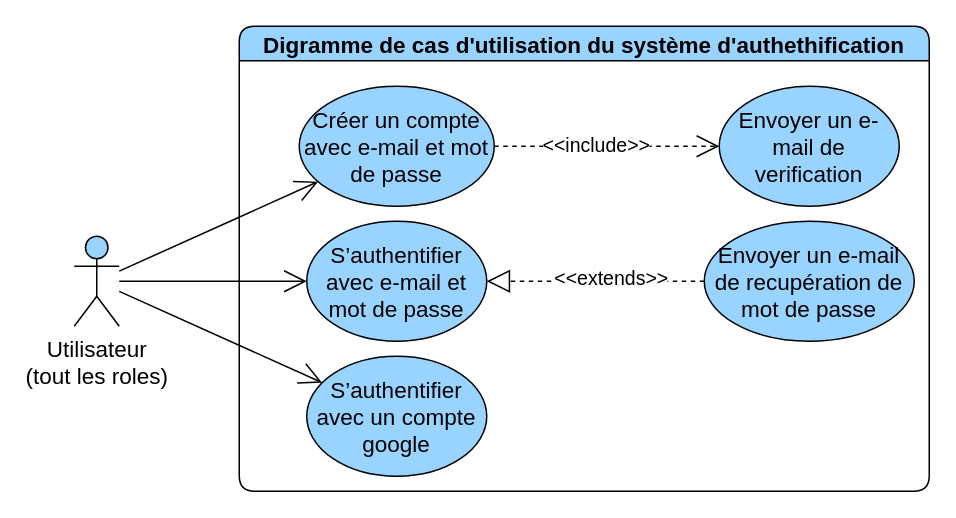
Earlier version of the draw.io diagram diagrams/auth.drawio (devlotfi/peage-pay). Source tidied: cells renumbered, new cells numbered last; positions are measured from the earlier drawing's top-left corner, leaving out a move shared by most shapes. Both pictures are drawn from the tidied source at 150%, with x=0, y=0 at pixel (74, 26).
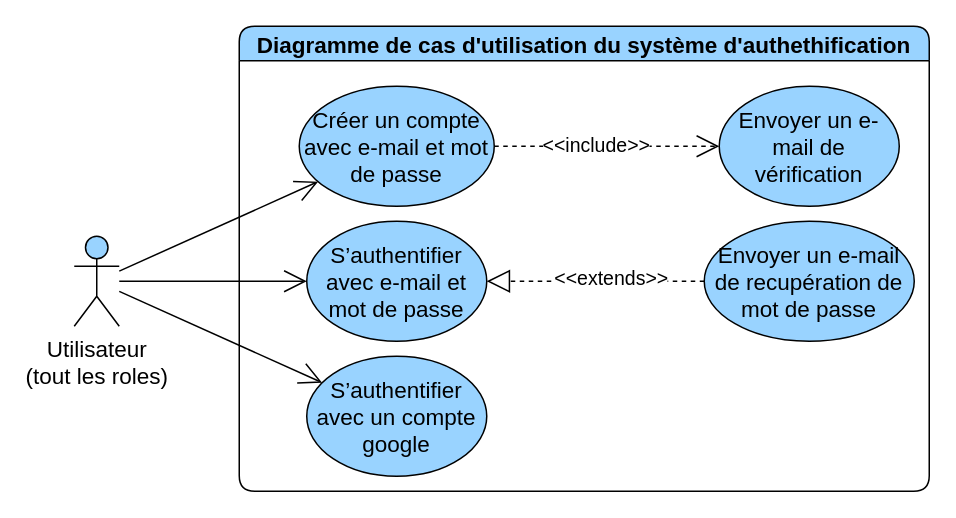
Above is the later version.

Diff of the diagram source:
```diff
@@
 <mxGraphModel>
   <root>
     <mxCell id="0" />
     <mxCell id="1" parent="0" />
-    <mxCell id="2" value="Digramme de cas d'utilisation du&amp;nbsp;système&amp;nbsp;d'authethification" style="swimlane;whiteSpace=wrap;html=1;rounded=1;fillColor=#99D3FF;fontSize=15;" parent="1" vertex="1">
+    <mxCell id="2" value="Diagramme de cas d'utilisation du&amp;nbsp;système&amp;nbsp;d'authethification" style="swimlane;whiteSpace=wrap;html=1;rounded=1;fillColor=#99D3FF;fontSize=15;" parent="1" vertex="1">
       <mxGeometry x="110" width="460" height="310" as="geometry" />
     </mxCell>
     <mxCell id="3" value="&lt;p class=&quot;MsoNormal&quot; style=&quot;font-size: 15px;&quot;&gt;S’authentifier&lt;br style=&quot;font-size: 15px;&quot;&gt;avec e-mail et mot de passe&lt;/p&gt;" style="ellipse;whiteSpace=wrap;html=1;strokeColor=default;align=center;verticalAlign=middle;fontFamily=Helvetica;fontSize=15;fontColor=default;fillColor=#99D3FF;" parent="2" vertex="1">
       <mxGeometry x="45" y="130" width="120" height="80" as="geometry" />
     </mxCell>
     <mxCell id="4" value="&lt;p class=&quot;MsoNormal&quot; style=&quot;font-size: 15px;&quot;&gt;S’authentifier&lt;br style=&quot;font-size: 15px;&quot;&gt;avec un compte google&lt;/p&gt;" style="ellipse;whiteSpace=wrap;html=1;strokeColor=default;align=center;verticalAlign=middle;fontFamily=Helvetica;fontSize=15;fontColor=default;fillColor=#99D3FF;" parent="2" vertex="1">
       <mxGeometry x="45" y="220" width="120" height="80" as="geometry" />
     </mxCell>
-    <mxCell id="5" value="&lt;p class=&quot;MsoNormal&quot; style=&quot;font-size: 15px;&quot;&gt;Envoyer un e-mail de verification&lt;/p&gt;" style="ellipse;whiteSpace=wrap;html=1;strokeColor=default;align=center;verticalAlign=middle;fontFamily=Helvetica;fontSize=15;fontColor=default;fillColor=#99D3FF;" parent="2" vertex="1">
+    <mxCell id="5" value="&lt;p class=&quot;MsoNormal&quot; style=&quot;font-size: 15px;&quot;&gt;Envoyer un e-mail de vérification&lt;/p&gt;" style="ellipse;whiteSpace=wrap;html=1;strokeColor=default;align=center;verticalAlign=middle;fontFamily=Helvetica;fontSize=15;fontColor=default;fillColor=#99D3FF;" parent="2" vertex="1">
       <mxGeometry x="320" y="40" width="120" height="80" as="geometry" />
     </mxCell>
     <mxCell id="6" value="&lt;p class=&quot;MsoNormal&quot; style=&quot;font-size: 15px;&quot;&gt;Créer un compte&lt;br style=&quot;font-size: 15px;&quot;&gt;avec e-mail et mot de passe&lt;/p&gt;" style="ellipse;whiteSpace=wrap;html=1;strokeColor=default;align=center;verticalAlign=middle;fontFamily=Helvetica;fontSize=15;fontColor=default;fillColor=#99D3FF;" parent="2" vertex="1">
       <mxGeometry x="40" y="40" width="130" height="80" as="geometry" />
     </mxCell>
     <mxCell id="7" value="&lt;p class=&quot;MsoNormal&quot; style=&quot;font-size: 15px;&quot;&gt;Envoyer un e-mail de recupération de mot de passe&lt;/p&gt;" style="ellipse;whiteSpace=wrap;html=1;strokeColor=default;align=center;verticalAlign=middle;fontFamily=Helvetica;fontSize=15;fontColor=default;fillColor=#99D3FF;" parent="2" vertex="1">
       <mxGeometry x="310" y="130" width="140" height="80" as="geometry" />
     </mxCell>
     <mxCell id="8" style="edgeStyle=none;rounded=0;jettySize=auto;html=1;dashed=1;strokeColor=default;align=center;verticalAlign=middle;fontFamily=Helvetica;fontSize=15;fontColor=default;labelBackgroundColor=default;startSize=6;endArrow=block;endFill=0;endSize=13;" parent="2" edge="1" source="7" target="3">
       <mxGeometry relative="1" as="geometry" />
     </mxCell>
     <mxCell id="9" value="&amp;lt;&amp;lt;extends&amp;gt;&amp;gt;" style="edgeLabel;html=1;align=center;verticalAlign=middle;strokeColor=default;fontFamily=Helvetica;fontSize=13;fontColor=default;labelBackgroundColor=default;fillColor=#99D3FF;" parent="8" vertex="1">
       <mxGeometry x="-0.12" y="-3" relative="1" as="geometry">
         <mxPoint x="1" as="offset" />
       </mxGeometry>
     </mxCell>
     <mxCell id="10" style="edgeStyle=none;rounded=0;jettySize=auto;html=1;strokeColor=default;align=center;verticalAlign=middle;fontFamily=Helvetica;fontSize=15;fontColor=default;labelBackgroundColor=default;startSize=6;endArrow=open;endFill=0;endSize=13;dashed=1;" parent="2" edge="1" source="6" target="5">
       <mxGeometry relative="1" as="geometry" />
     </mxCell>
     <mxCell id="11" value="&amp;lt;&amp;lt;include&amp;gt;&amp;gt;" style="edgeLabel;html=1;align=center;verticalAlign=middle;strokeColor=default;fontFamily=Helvetica;fontSize=13;fontColor=default;labelBackgroundColor=default;fillColor=#99D3FF;" parent="10" vertex="1">
       <mxGeometry x="-0.11" y="2" relative="1" as="geometry" />
     </mxCell>
     <mxCell id="12" value="Utilisateur&lt;br style=&quot;font-size: 15px;&quot;&gt;(tout les roles)" style="shape=umlActor;verticalLabelPosition=bottom;verticalAlign=top;html=1;outlineConnect=0;strokeColor=default;align=center;fontFamily=Helvetica;fontSize=15;fontColor=default;fillColor=#99D3FF;" parent="1" vertex="1">
       <mxGeometry y="140" width="30" height="60" as="geometry" />
     </mxCell>
     <mxCell id="13" style="rounded=0;jettySize=auto;html=1;fontFamily=Helvetica;fontSize=15;fontColor=default;endArrow=open;endFill=0;startSize=6;endSize=13;" parent="1" edge="1" source="12" target="3">
       <mxGeometry relative="1" as="geometry" />
     </mxCell>
     <mxCell id="14" style="rounded=0;jettySize=auto;html=1;fontFamily=Helvetica;fontSize=15;fontColor=default;endArrow=open;endFill=0;startSize=6;endSize=13;" parent="1" edge="1" source="12" target="4">
       <mxGeometry relative="1" as="geometry" />
     </mxCell>
     <mxCell id="15" style="rounded=0;jettySize=auto;html=1;fontFamily=Helvetica;fontSize=15;fontColor=default;endArrow=open;endFill=0;startSize=6;endSize=13;" parent="1" edge="1" source="12" target="6">
       <mxGeometry relative="1" as="geometry" />
     </mxCell>
   </root>
 </mxGraphModel>
```
